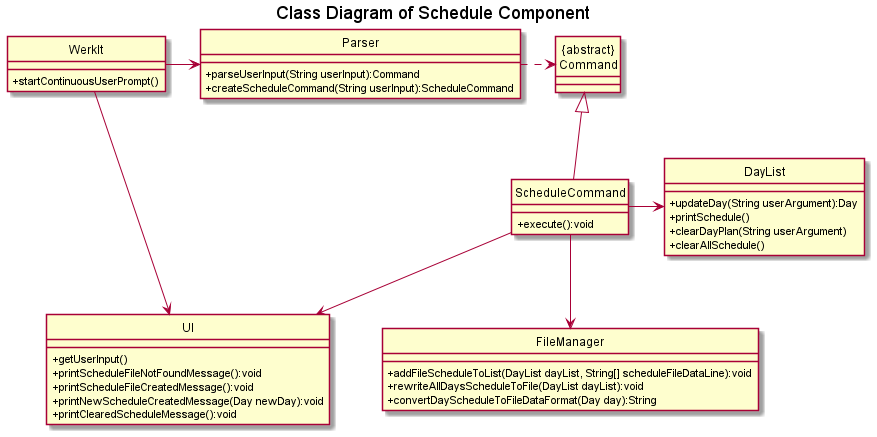
Earlier version of the PlantUML export docs/uml/classDiagrams/images/scheduleComponent.png (nus-cs2113-AY2122S2/tp).
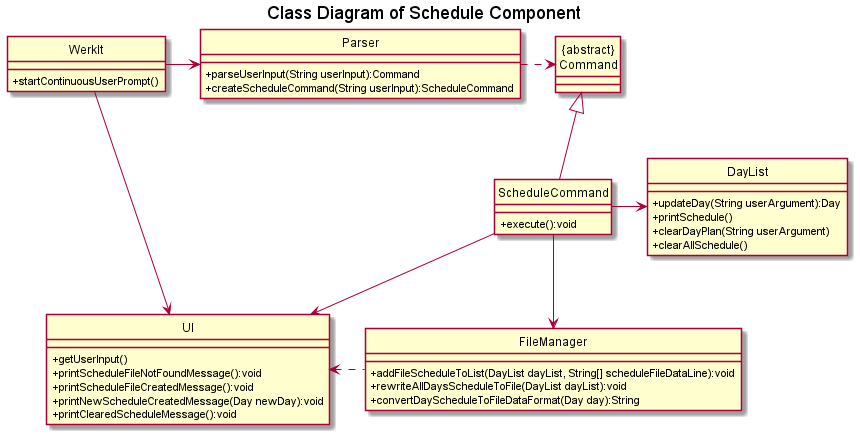
Above is the later version.

Commit message:
added a dependency relationship between filemanager and ui class

Diff of the diagram source:
```diff
@@ -11,6 +11,7 @@
 ScheduleCommand --> UI
 ScheduleCommand -d-> FileManager
 ScheduleCommand -r-> DayList
+UI <. FileManager
 
 class WerkIt {
 + startContinuousUserPrompt()
```
